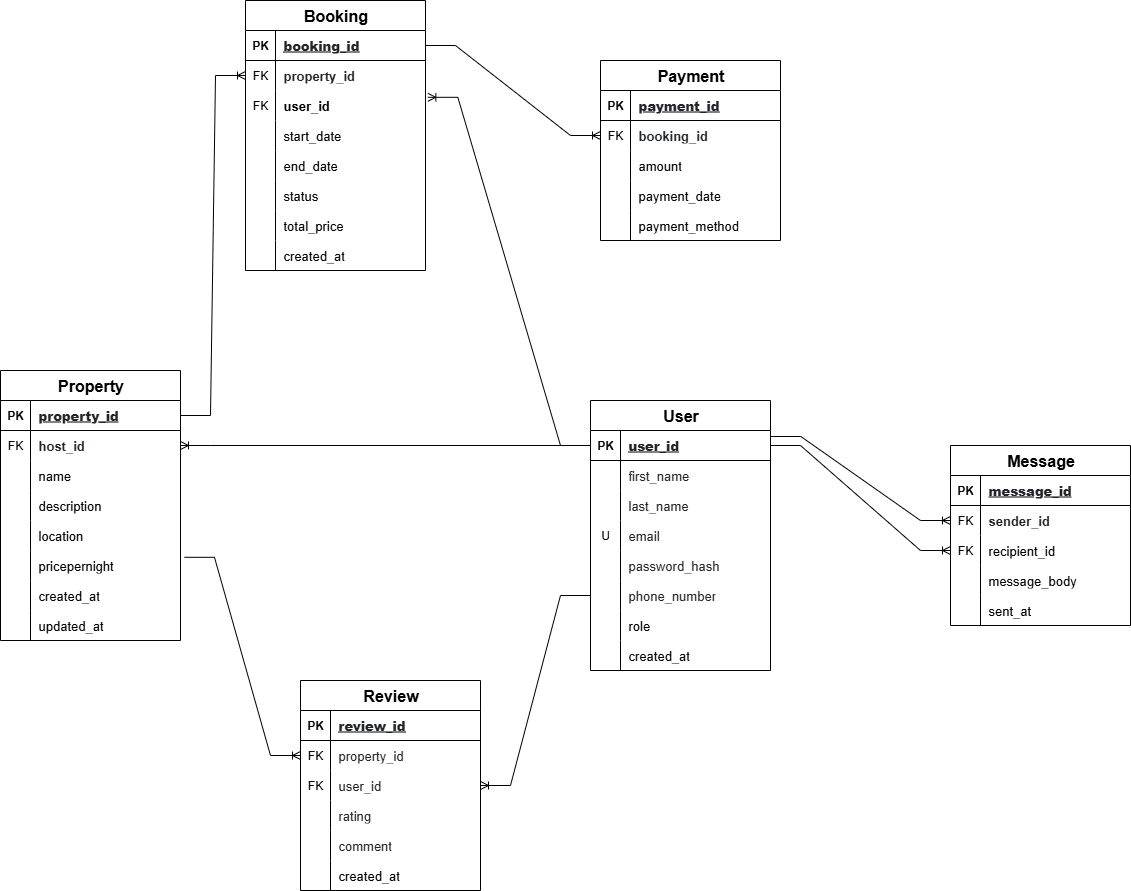
yetmgetaredahegn/alx-airbnb-database keeps this draw.io diagram as ERD/airbnb-erd.png. Above is the earlier version. Source tidied: cells renumbered, new cells last; positions are measured from the earlier drawing's top-left corner, leaving out a move shared by most shapes.
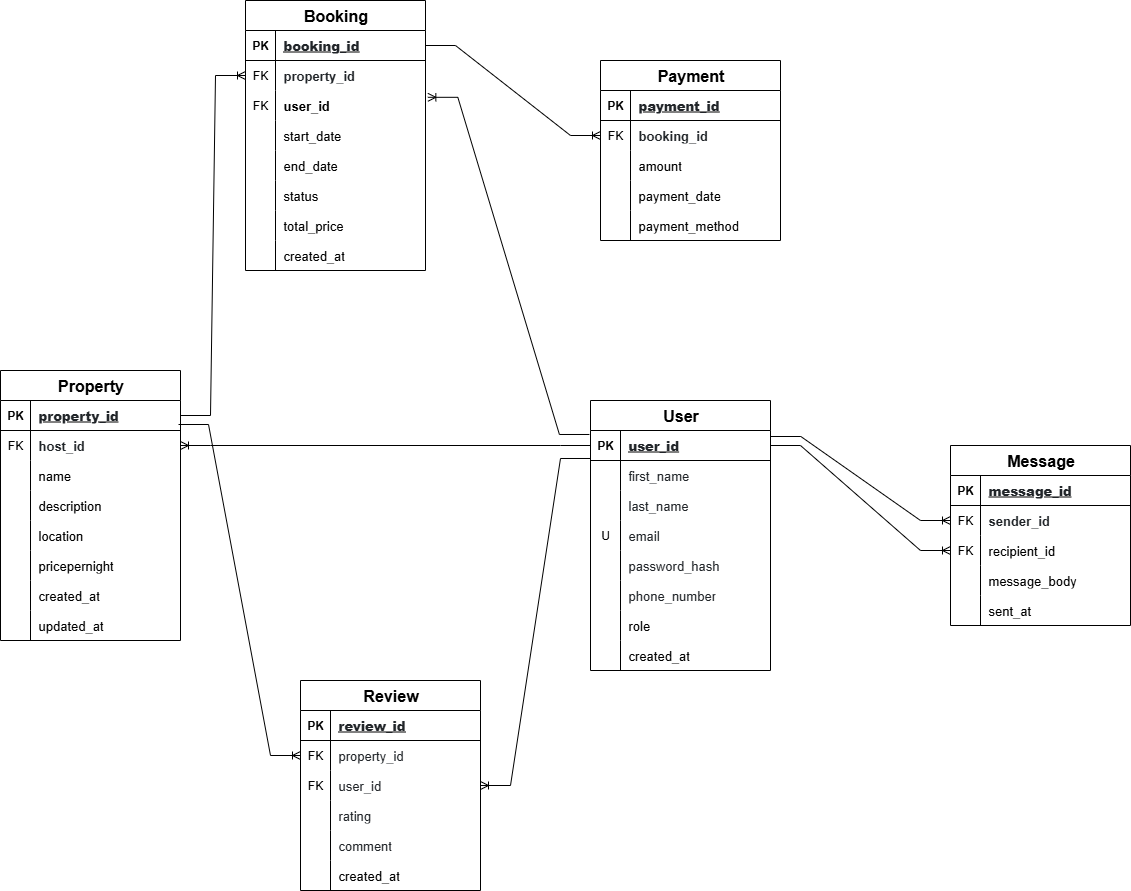
Above is the later version.

Commit message:
made changes to erd

The edit, as a diff of the source:
```diff
@@ -230,7 +230,7 @@
     <mxCell id="77" value="created_at" style="shape=partialRectangle;fillColor=none;top=0;left=0;bottom=0;right=0;align=left;spacingLeft=6;overflow=hidden;whiteSpace=wrap;html=1;fontSize=13;" parent="75" vertex="1">
       <mxGeometry x="30" width="150" height="30" as="geometry" />
     </mxCell>
-    <mxCell id="78" style="edgeStyle=entityRelationEdgeStyle;fontSize=12;html=1;endArrow=ERoneToMany;rounded=0;exitX=0;exitY=0.5;exitDx=0;exitDy=0;entryX=1.013;entryY=0.227;entryDx=0;entryDy=0;entryPerimeter=0;" parent="1" edge="1" source="28" target="60">
+    <mxCell id="78" style="edgeStyle=entityRelationEdgeStyle;fontSize=12;html=1;endArrow=ERoneToMany;rounded=0;exitX=-0.006;exitY=0.133;exitDx=0;exitDy=0;entryX=1.013;entryY=0.227;entryDx=0;entryDy=0;entryPerimeter=0;exitPerimeter=0;" parent="1" edge="1" source="28" target="60">
       <mxGeometry relative="1" as="geometry">
         <Array as="points">
           <mxPoint x="440" y="250" />
@@ -297,8 +297,12 @@
     <mxCell id="98" value="created_at" style="shape=partialRectangle;fillColor=none;top=0;left=0;bottom=0;right=0;align=left;spacingLeft=6;overflow=hidden;whiteSpace=wrap;html=1;fontSize=13;" parent="96" vertex="1">
       <mxGeometry x="30" width="150" height="30" as="geometry" />
     </mxCell>
-    <mxCell id="99" style="edgeStyle=entityRelationEdgeStyle;fontSize=12;html=1;endArrow=ERoneToMany;rounded=0;entryX=0;entryY=0.5;entryDx=0;entryDy=0;exitX=1.022;exitY=0.227;exitDx=0;exitDy=0;exitPerimeter=0;" parent="1" edge="1" source="18" target="84">
-      <mxGeometry relative="1" as="geometry" />
+    <mxCell id="99" style="edgeStyle=entityRelationEdgeStyle;fontSize=12;html=1;endArrow=ERoneToMany;rounded=0;entryX=0;entryY=0.5;entryDx=0;entryDy=0;exitX=0.989;exitY=0.8;exitDx=0;exitDy=0;exitPerimeter=0;" parent="1" edge="1" source="3" target="84">
+      <mxGeometry relative="1" as="geometry">
+        <Array as="points">
+          <mxPoint x="200" y="430" />
+        </Array>
+      </mxGeometry>
     </mxCell>
     <mxCell id="100" value="&lt;font style=&quot;font-size: 16px;&quot;&gt;Message&lt;/font&gt;" style="shape=table;startSize=30;rowLines=0;fontStyle=1;align=center;html=1;" parent="1" vertex="1">
       <mxGeometry x="950" y="445" width="180" height="180" as="geometry" />
@@ -348,7 +352,7 @@
     <mxCell id="115" value="sent_at" style="shape=partialRectangle;fillColor=none;top=0;left=0;bottom=0;right=0;align=left;spacingLeft=6;overflow=hidden;whiteSpace=wrap;html=1;fontSize=13;" parent="113" vertex="1">
       <mxGeometry x="30" width="150" height="30" as="geometry" />
     </mxCell>
-    <mxCell id="116" style="edgeStyle=entityRelationEdgeStyle;fontSize=12;html=1;endArrow=ERoneToMany;rounded=0;entryX=1;entryY=0.5;entryDx=0;entryDy=0;" parent="1" edge="1" source="43" target="87">
+    <mxCell id="116" style="edgeStyle=entityRelationEdgeStyle;fontSize=12;html=1;endArrow=ERoneToMany;rounded=0;entryX=1;entryY=0.5;entryDx=0;entryDy=0;exitX=0;exitY=0.933;exitDx=0;exitDy=0;exitPerimeter=0;" parent="1" edge="1" source="28" target="87">
       <mxGeometry relative="1" as="geometry" />
     </mxCell>
     <mxCell id="117" value="&lt;font style=&quot;font-size: 16px;&quot;&gt;Payment&lt;/font&gt;" style="shape=table;startSize=30;rowLines=0;fontStyle=1;align=center;html=1;" parent="1" vertex="1">
```
